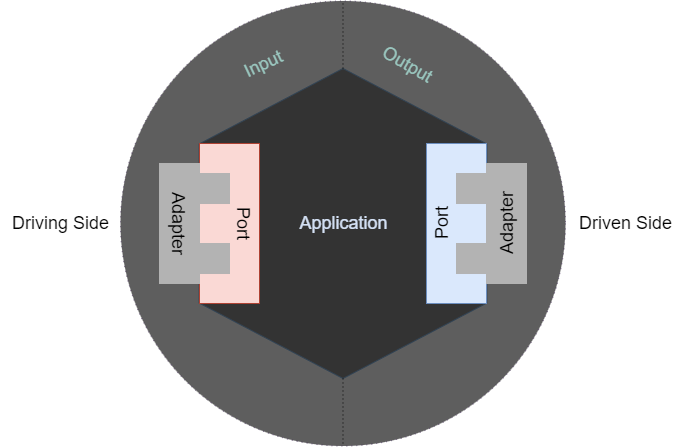
guxdong/imgrepo keeps this draw.io diagram as pic/六边形架构.drawio.png. Above is the earlier version. Source tidied: cells renumbered, new cells last; positions are measured from the earlier drawing's top-left corner, leaving out a move shared by most shapes.
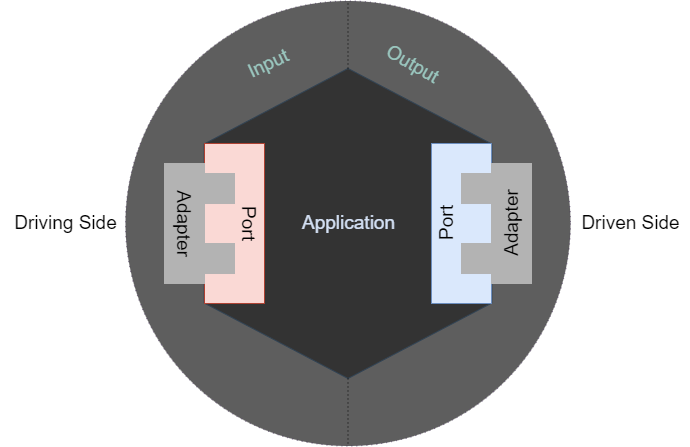
The same diagram one commit later.

Commit message:
更新六边形架构.drawio.png

The edit, as a diff of the source:
```diff
@@ -2,76 +2,76 @@
   <root>
     <mxCell id="0" />
     <mxCell id="1" parent="0" />
-    <mxCell id="2" style="ellipse;whiteSpace=wrap;html=1;fillColor=#1A1A1A;strokeColor=#432D57;dashed=1;dashPattern=1 4;opacity=70;fontColor=#ffffff;fontSize=18;" parent="1" vertex="1">
+    <mxCell id="2" style="ellipse;whiteSpace=wrap;html=1;fillColor=#1A1A1A;strokeColor=#432D57;dashed=1;dashPattern=1 4;opacity=70;fontColor=#ffffff;fontSize=19;" parent="1" vertex="1">
       <mxGeometry x="120" y="0.5" width="445" height="445" as="geometry" />
     </mxCell>
-    <mxCell id="3" style="shape=hexagon;perimeter=hexagonPerimeter2;whiteSpace=wrap;html=1;fixedSize=1;size=75.5;rotation=90;fillColor=#333333;strokeColor=#314354;fontColor=#ffffff;fontSize=18;" parent="1" vertex="1">
+    <mxCell id="3" style="shape=hexagon;perimeter=hexagonPerimeter2;whiteSpace=wrap;html=1;fixedSize=1;size=75.5;rotation=90;fillColor=#333333;strokeColor=#314354;fontColor=#ffffff;fontSize=19;" parent="1" vertex="1">
       <mxGeometry x="187.5" y="79.1" width="310" height="287.8" as="geometry" />
     </mxCell>
-    <mxCell id="4" style="endArrow=none;dashed=1;html=1;dashPattern=1 3;strokeWidth=1;rounded=0;entryX=0.5;entryY=0;entryDx=0;entryDy=0;exitX=0;exitY=0.5;exitDx=0;exitDy=0;fontSize=18;" parent="1" edge="1" source="3" target="2">
+    <mxCell id="4" style="endArrow=none;dashed=1;html=1;dashPattern=1 3;strokeWidth=1;rounded=0;entryX=0.5;entryY=0;entryDx=0;entryDy=0;exitX=0;exitY=0.5;exitDx=0;exitDy=0;fontSize=19;" parent="1" edge="1" source="3" target="2">
       <mxGeometry relative="1" as="geometry" />
     </mxCell>
-    <mxCell id="5" style="endArrow=none;dashed=1;html=1;dashPattern=1 3;strokeWidth=1;rounded=0;exitX=1;exitY=0.5;exitDx=0;exitDy=0;entryX=0.5;entryY=1;entryDx=0;entryDy=0;fontSize=18;" parent="1" edge="1" source="3" target="2">
+    <mxCell id="5" style="endArrow=none;dashed=1;html=1;dashPattern=1 3;strokeWidth=1;rounded=0;exitX=1;exitY=0.5;exitDx=0;exitDy=0;entryX=0.5;entryY=1;entryDx=0;entryDy=0;fontSize=19;" parent="1" edge="1" source="3" target="2">
       <mxGeometry relative="1" as="geometry" />
     </mxCell>
-    <mxCell id="6" style="rounded=0;whiteSpace=wrap;html=1;fillColor=#fad9d5;strokeColor=#ae4132;fontSize=18;" parent="1" vertex="1">
+    <mxCell id="6" style="rounded=0;whiteSpace=wrap;html=1;fillColor=#fad9d5;strokeColor=#ae4132;fontSize=19;" parent="1" vertex="1">
       <mxGeometry x="199" y="143" width="60" height="160" as="geometry" />
     </mxCell>
-    <mxCell id="7" style="group;fillColor=none;glass=1;fontSize=18;" parent="1" vertex="1">
+    <mxCell id="7" style="group;fillColor=none;glass=1;fontSize=19;" parent="1" vertex="1">
       <mxGeometry x="159" y="163" width="114" height="120" as="geometry" />
     </mxCell>
-    <mxCell id="8" style="rounded=0;whiteSpace=wrap;html=1;fillColor=#B3B3B3;strokeColor=#B3B3B3;fontSize=18;" parent="7" vertex="1">
+    <mxCell id="8" style="rounded=0;whiteSpace=wrap;html=1;fillColor=#B3B3B3;strokeColor=#B3B3B3;fontSize=19;" parent="7" vertex="1">
       <mxGeometry x="40" y="10" width="30" height="30" as="geometry" />
     </mxCell>
-    <mxCell id="9" style="rounded=0;whiteSpace=wrap;html=1;fillColor=#B3B3B3;strokeColor=#B3B3B3;fontSize=18;" parent="7" vertex="1">
+    <mxCell id="9" style="rounded=0;whiteSpace=wrap;html=1;fillColor=#B3B3B3;strokeColor=#B3B3B3;fontSize=19;" parent="7" vertex="1">
       <mxGeometry width="40" height="120" as="geometry" />
     </mxCell>
-    <mxCell id="10" style="rounded=0;whiteSpace=wrap;html=1;fillColor=#B3B3B3;strokeColor=#B3B3B3;fontSize=18;" parent="7" vertex="1">
+    <mxCell id="10" style="rounded=0;whiteSpace=wrap;html=1;fillColor=#B3B3B3;strokeColor=#B3B3B3;fontSize=19;" parent="7" vertex="1">
       <mxGeometry x="40" y="80" width="30" height="30" as="geometry" />
     </mxCell>
-    <mxCell id="11" value="Adapter" style="text;html=1;align=center;verticalAlign=middle;strokeColor=none;fillColor=none;rotation=90;fontSize=18;" parent="7" vertex="1">
+    <mxCell id="11" value="Adapter" style="text;html=1;align=center;verticalAlign=middle;strokeColor=none;fillColor=none;rotation=90;fontSize=19;" parent="7" vertex="1">
       <mxGeometry x="-26" y="40" width="90" height="40" as="geometry" />
     </mxCell>
-    <mxCell id="12" value="Port" style="text;html=1;align=center;verticalAlign=middle;strokeColor=none;fillColor=none;rotation=90;fontSize=18;" parent="7" vertex="1">
+    <mxCell id="12" value="Port" style="text;html=1;align=center;verticalAlign=middle;strokeColor=none;fillColor=none;rotation=90;fontSize=19;" parent="7" vertex="1">
       <mxGeometry x="54" y="40" width="60" height="40" as="geometry" />
     </mxCell>
-    <mxCell id="13" style="group;rotation=-180;fontSize=18;" parent="1" vertex="1">
+    <mxCell id="13" style="group;rotation=-180;fontSize=19;" parent="1" vertex="1">
       <mxGeometry x="426" y="143" width="126" height="160" as="geometry" />
     </mxCell>
-    <mxCell id="14" style="rounded=0;whiteSpace=wrap;html=1;fillColor=#dae8fc;strokeColor=#6c8ebf;fontSize=18;direction=west;rotation=-180;" parent="13" vertex="1">
+    <mxCell id="14" style="rounded=0;whiteSpace=wrap;html=1;fillColor=#dae8fc;strokeColor=#6c8ebf;fontSize=19;direction=west;rotation=-180;" parent="13" vertex="1">
       <mxGeometry width="60" height="160" as="geometry" />
     </mxCell>
-    <mxCell id="15" style="group;fillColor=none;glass=1;fontSize=18;direction=west;rotation=-180;" parent="13" vertex="1">
+    <mxCell id="15" style="group;fillColor=none;glass=1;fontSize=19;direction=west;rotation=-180;" parent="13" vertex="1">
       <mxGeometry x="30" y="20" width="96" height="120" as="geometry" />
     </mxCell>
-    <mxCell id="16" style="rounded=0;whiteSpace=wrap;html=1;fillColor=#B3B3B3;strokeColor=#B3B3B3;fontSize=18;direction=west;rotation=-180;" parent="15" vertex="1">
+    <mxCell id="16" style="rounded=0;whiteSpace=wrap;html=1;fillColor=#B3B3B3;strokeColor=#B3B3B3;fontSize=19;direction=west;rotation=-180;" parent="15" vertex="1">
       <mxGeometry y="80" width="30" height="30" as="geometry" />
     </mxCell>
-    <mxCell id="17" style="rounded=0;whiteSpace=wrap;html=1;fillColor=#B3B3B3;strokeColor=#B3B3B3;fontSize=18;direction=west;rotation=-180;" parent="15" vertex="1">
+    <mxCell id="17" style="rounded=0;whiteSpace=wrap;html=1;fillColor=#B3B3B3;strokeColor=#B3B3B3;fontSize=19;direction=west;rotation=-180;" parent="15" vertex="1">
       <mxGeometry x="30" width="40" height="120" as="geometry" />
     </mxCell>
-    <mxCell id="18" style="rounded=0;whiteSpace=wrap;html=1;fillColor=#B3B3B3;strokeColor=#B3B3B3;fontSize=18;direction=west;rotation=-180;" parent="15" vertex="1">
+    <mxCell id="18" style="rounded=0;whiteSpace=wrap;html=1;fillColor=#B3B3B3;strokeColor=#B3B3B3;fontSize=19;direction=west;rotation=-180;" parent="15" vertex="1">
       <mxGeometry y="10" width="30" height="30" as="geometry" />
     </mxCell>
-    <mxCell id="19" value="Adapter" style="text;html=1;align=center;verticalAlign=middle;strokeColor=none;fillColor=none;rotation=-90;fontSize=18;" parent="15" vertex="1">
+    <mxCell id="19" value="Adapter" style="text;html=1;align=center;verticalAlign=middle;strokeColor=none;fillColor=none;rotation=-90;fontSize=19;" parent="15" vertex="1">
       <mxGeometry x="6" y="40" width="90" height="40" as="geometry" />
     </mxCell>
-    <mxCell id="20" value="Port" style="text;html=1;align=center;verticalAlign=middle;strokeColor=none;fillColor=none;rotation=-90;fontSize=18;" parent="13" vertex="1">
+    <mxCell id="20" value="Port" style="text;html=1;align=center;verticalAlign=middle;strokeColor=none;fillColor=none;rotation=-90;fontSize=19;" parent="13" vertex="1">
       <mxGeometry x="-14" y="60" width="60" height="40" as="geometry" />
     </mxCell>
-    <mxCell id="21" value="&lt;font color=&quot;#d4e1f5&quot; style=&quot;font-size: 18px;&quot;&gt;Application&lt;/font&gt;" style="text;html=1;align=center;verticalAlign=middle;strokeColor=none;fillColor=none;fontColor=#7EA6E0;fontSize=18;" parent="1" vertex="1">
-      <mxGeometry x="287.5" y="203" width="110" height="40" as="geometry" />
+    <mxCell id="21" value="&lt;font color=&quot;#d4e1f5&quot; style=&quot;font-size: 19px;&quot;&gt;Application&lt;/font&gt;" style="text;html=1;align=center;verticalAlign=middle;strokeColor=none;fillColor=none;fontColor=#7EA6E0;fontSize=19;" parent="1" vertex="1">
+      <mxGeometry x="282.5" y="203" width="120" height="40" as="geometry" />
     </mxCell>
-    <mxCell id="22" value="Input" style="text;html=1;align=center;verticalAlign=middle;strokeColor=none;fillColor=none;fontColor=#9AC7BF;fontSize=18;rotation=-25;" parent="1" vertex="1">
-      <mxGeometry x="232.5" y="44.1" width="60" height="40" as="geometry" />
+    <mxCell id="22" value="Input" style="text;html=1;align=center;verticalAlign=middle;strokeColor=none;fillColor=none;fontColor=#9AC7BF;fontSize=19;rotation=-25;" parent="1" vertex="1">
+      <mxGeometry x="227.5" y="44.1" width="70" height="40" as="geometry" />
     </mxCell>
-    <mxCell id="23" value="Output" style="text;html=1;align=center;verticalAlign=middle;strokeColor=none;fillColor=none;fontColor=#9AC7BF;fontSize=18;rotation=30;" parent="1" vertex="1">
+    <mxCell id="23" value="Output" style="text;html=1;align=center;verticalAlign=middle;strokeColor=none;fillColor=none;fontColor=#9AC7BF;fontSize=19;rotation=30;" parent="1" vertex="1">
       <mxGeometry x="367" y="44.1" width="80" height="40" as="geometry" />
     </mxCell>
-    <mxCell id="24" value="Driving Side" style="text;html=1;align=center;verticalAlign=middle;strokeColor=none;fillColor=none;fontSize=18;" parent="1" vertex="1">
-      <mxGeometry y="203" width="120" height="40" as="geometry" />
+    <mxCell id="24" value="Driving Side" style="text;html=1;align=center;verticalAlign=middle;strokeColor=none;fillColor=none;fontSize=19;" parent="1" vertex="1">
+      <mxGeometry x="-5" y="203" width="130" height="40" as="geometry" />
     </mxCell>
-    <mxCell id="25" value="Driven Side" style="text;html=1;align=center;verticalAlign=middle;strokeColor=none;fillColor=none;fontSize=18;" parent="1" vertex="1">
+    <mxCell id="25" value="Driven Side" style="text;html=1;align=center;verticalAlign=middle;strokeColor=none;fillColor=none;fontSize=19;" parent="1" vertex="1">
       <mxGeometry x="565" y="203" width="120" height="40" as="geometry" />
     </mxCell>
   </root>
```
